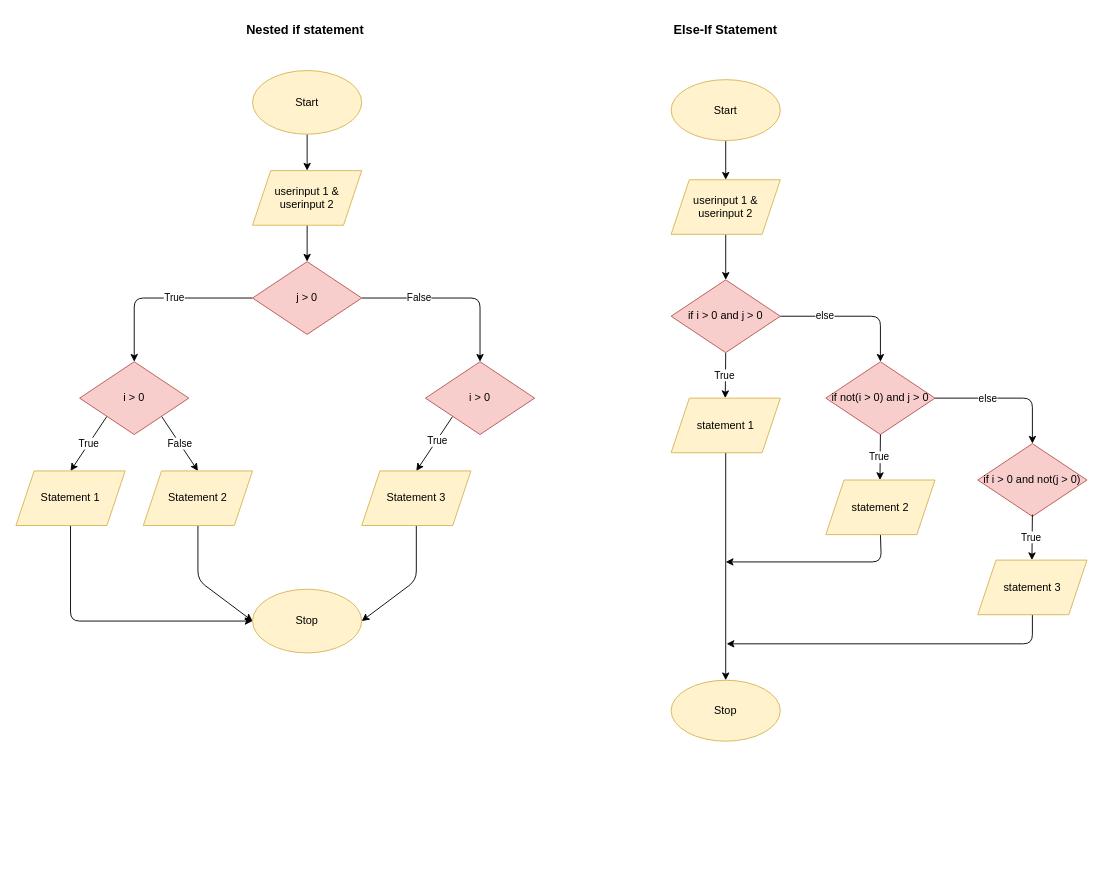
ipivanparra/Algorithm-4-1 keeps this draw.io diagram as main.drawio. Above is the earlier version. Source tidied: cells renumbered, new cells numbered last; positions are measured from the earlier drawing's top-left corner, leaving out a move shared by most shapes. Both pictures are drawn from the tidied source at 91%, with x=0, y=0 at pixel (15, 15).
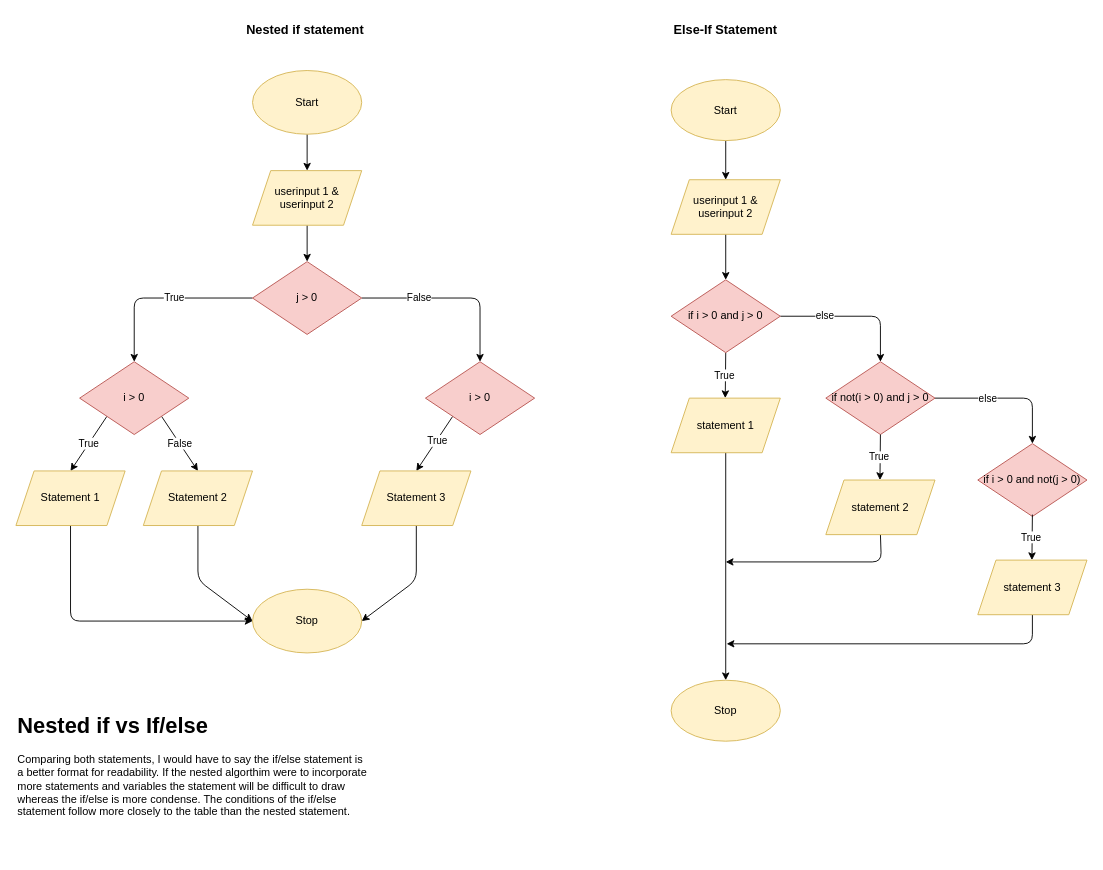
After the change.

Diff of the diagram source:
```diff
@@
+    <mxCell id="46" value="&lt;h1 style=&quot;margin-top: 0px;&quot;&gt;Nested if vs If/else&lt;/h1&gt;&lt;p&gt;Comparing both statements, I would have to say the if/else statement is a better format for readability. If the nested algorthim were to incorporate more statements and variables the statement will be difficult to draw whereas the if/else is more condense. The conditions of the if/else statement follow more closely to the table than the nested statement.&amp;nbsp;&lt;/p&gt;" style="text;html=1;whiteSpace=wrap;overflow=hidden;rounded=0;" parent="1" vertex="1">
+      <mxGeometry y="759" width="390" height="160" as="geometry" />
+    </mxCell>
```
